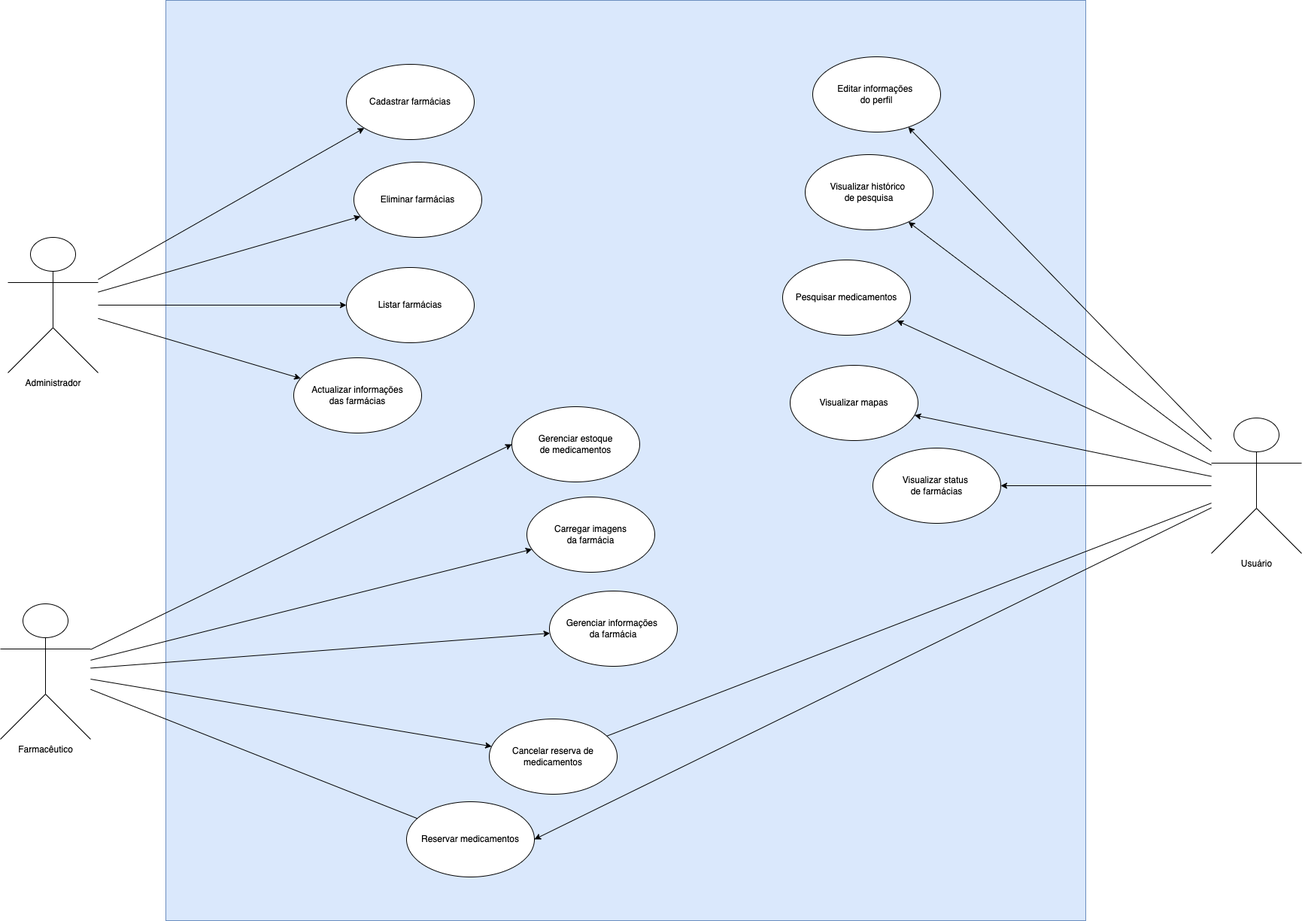
The draw.io diagram assets/dcu.png in PauloSanguli/farma-go-backend, before a commit. Source tidied: cells renumbered, new cells last; positions are measured from the earlier drawing's top-left corner, leaving out a move shared by most shapes.
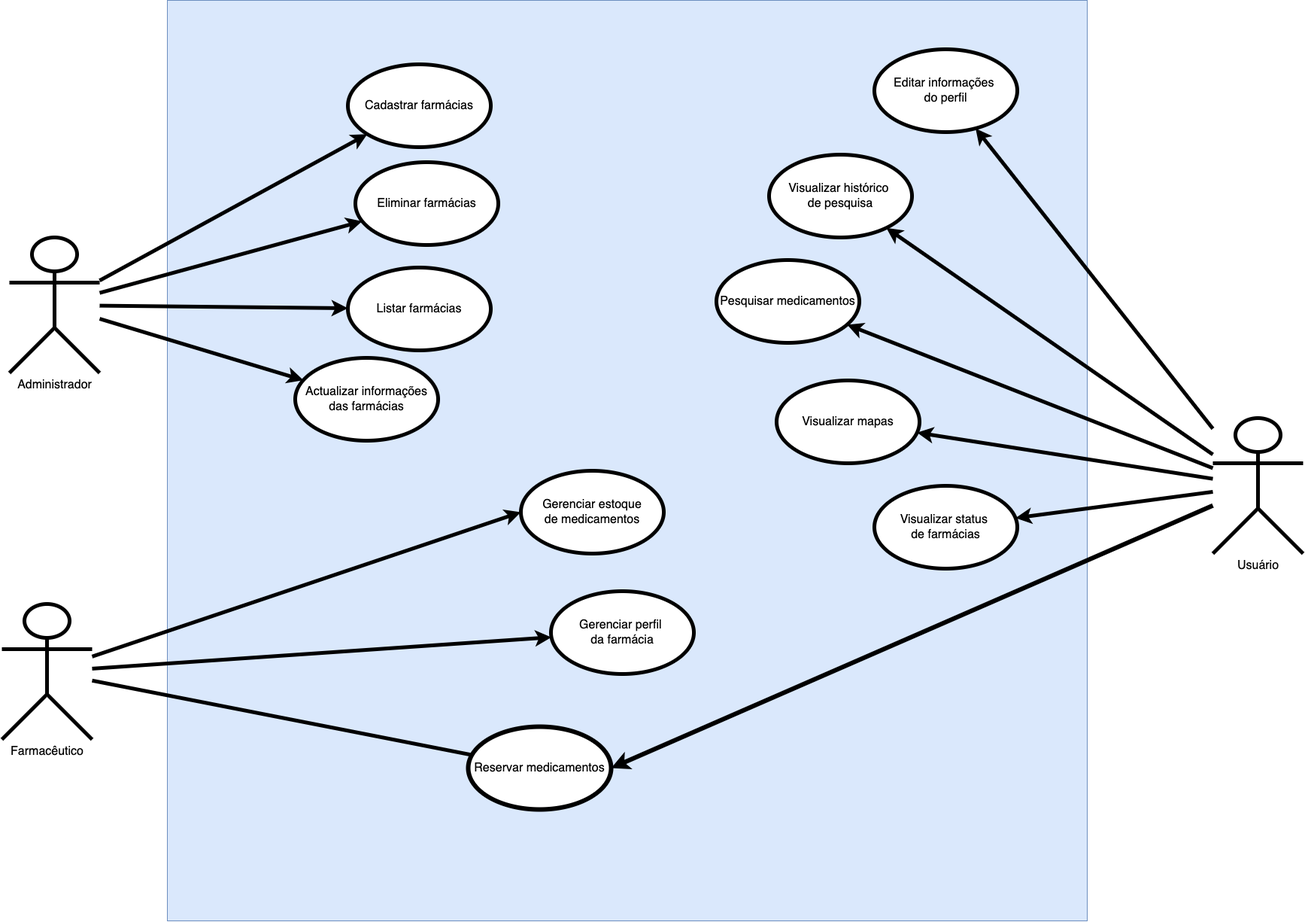
Above is the later version.

Diff of the diagram source:
```diff
@@ -5,103 +5,88 @@
     <mxCell id="2" style="whiteSpace=wrap;html=1;fillColor=#dae8fc;strokeColor=#6c8ebf;" parent="1" vertex="1">
       <mxGeometry x="220" width="1223" height="1223" as="geometry" />
     </mxCell>
-    <mxCell id="3" value="Reservar medicamentos" style="ellipse;whiteSpace=wrap;html=1;" parent="1" vertex="1">
-      <mxGeometry x="540" y="1065" width="170" height="100" as="geometry" />
+    <mxCell id="3" value="Reservar medicamentos" style="ellipse;whiteSpace=wrap;html=1;fontSize=16;strokeWidth=6;" parent="1" vertex="1">
+      <mxGeometry x="620" y="965" width="190" height="110" as="geometry" />
     </mxCell>
-    <mxCell id="4" value="Administrador" style="shape=umlActor;verticalLabelPosition=bottom;verticalAlign=top;html=1;outlineConnect=0;" parent="1" vertex="1">
+    <mxCell id="4" value="Administrador" style="shape=umlActor;verticalLabelPosition=bottom;verticalAlign=top;html=1;outlineConnect=0;strokeWidth=5;fontSize=16;" parent="1" vertex="1">
       <mxGeometry x="10" y="315" width="120" height="180" as="geometry" />
     </mxCell>
-    <mxCell id="5" value="Farmacêutico" style="shape=umlActor;verticalLabelPosition=bottom;verticalAlign=top;html=1;outlineConnect=0;" parent="1" vertex="1">
+    <mxCell id="5" value="Farmacêutico" style="shape=umlActor;verticalLabelPosition=bottom;verticalAlign=top;html=1;outlineConnect=0;strokeWidth=5;fontSize=16;" parent="1" vertex="1">
       <mxGeometry y="802" width="120" height="180" as="geometry" />
     </mxCell>
-    <mxCell id="6" value="Eliminar farmácias" style="ellipse;whiteSpace=wrap;html=1;" parent="1" vertex="1">
-      <mxGeometry x="470" y="215" width="170" height="100" as="geometry" />
+    <mxCell id="6" value="Eliminar farmácias" style="ellipse;whiteSpace=wrap;html=1;strokeWidth=5;fontSize=16;" parent="1" vertex="1">
+      <mxGeometry x="470" y="215" width="190" height="110" as="geometry" />
     </mxCell>
-    <mxCell id="7" style="endArrow=classic;html=1;rounded=0;" parent="1" edge="1" source="4" target="6">
+    <mxCell id="7" style="endArrow=classic;html=1;rounded=0;strokeWidth=5;" parent="1" edge="1" source="4" target="6">
       <mxGeometry relative="1" as="geometry" />
     </mxCell>
-    <mxCell id="8" value="Listar farmácias" style="ellipse;whiteSpace=wrap;html=1;" parent="1" vertex="1">
-      <mxGeometry x="460" y="355" width="170" height="100" as="geometry" />
+    <mxCell id="8" value="Listar farmácias" style="ellipse;whiteSpace=wrap;html=1;strokeWidth=5;fontSize=16;" parent="1" vertex="1">
+      <mxGeometry x="460" y="355" width="190" height="110" as="geometry" />
     </mxCell>
-    <mxCell id="9" style="endArrow=classic;html=1;rounded=0;" parent="1" edge="1" source="4" target="8">
+    <mxCell id="9" style="endArrow=classic;html=1;rounded=0;strokeWidth=5;" parent="1" edge="1" source="4" target="8">
       <mxGeometry relative="1" as="geometry" />
     </mxCell>
-    <mxCell id="10" value="Actualizar informações&lt;div&gt;das farmácias&lt;/div&gt;" style="ellipse;whiteSpace=wrap;html=1;" parent="1" vertex="1">
-      <mxGeometry x="390" y="475" width="170" height="100" as="geometry" />
+    <mxCell id="10" value="Actualizar informações&lt;div&gt;das farmácias&lt;/div&gt;" style="ellipse;whiteSpace=wrap;html=1;strokeWidth=5;fontSize=16;" parent="1" vertex="1">
+      <mxGeometry x="390" y="475" width="190" height="110" as="geometry" />
     </mxCell>
-    <mxCell id="11" style="endArrow=classic;html=1;rounded=0;" parent="1" edge="1" source="4" target="10">
+    <mxCell id="11" style="endArrow=classic;html=1;rounded=0;strokeWidth=5;" parent="1" edge="1" source="4" target="10">
       <mxGeometry relative="1" as="geometry" />
     </mxCell>
-    <mxCell id="12" value="Cadastrar farmácias" style="ellipse;whiteSpace=wrap;html=1;" parent="1" vertex="1">
-      <mxGeometry x="460" y="85" width="170" height="100" as="geometry" />
+    <mxCell id="12" value="&lt;font&gt;Cadastrar farmácias&lt;/font&gt;" style="ellipse;whiteSpace=wrap;html=1;strokeWidth=5;fontSize=16;" parent="1" vertex="1">
+      <mxGeometry x="460" y="85" width="190" height="110" as="geometry" />
     </mxCell>
-    <mxCell id="13" style="endArrow=classic;html=1;rounded=0;" parent="1" edge="1" source="4" target="12">
+    <mxCell id="13" style="endArrow=classic;html=1;rounded=0;strokeWidth=5;" parent="1" edge="1" source="4" target="12">
       <mxGeometry relative="1" as="geometry" />
     </mxCell>
-    <mxCell id="14" value="Carregar imagens&lt;div&gt;da farmácia&lt;/div&gt;" style="ellipse;whiteSpace=wrap;html=1;" parent="1" vertex="1">
-      <mxGeometry x="700" y="660" width="170" height="100" as="geometry" />
-    </mxCell>
-    <mxCell id="15" style="endArrow=classic;html=1;rounded=0;" parent="1" edge="1" source="5" target="14">
-      <mxGeometry relative="1" as="geometry" />
-    </mxCell>
-    <mxCell id="16" value="Gerenciar informações&amp;nbsp;&lt;div&gt;da farmácia&lt;/div&gt;" style="ellipse;whiteSpace=wrap;html=1;" parent="1" vertex="1">
-      <mxGeometry x="730" y="785" width="170" height="100" as="geometry" />
+    <mxCell id="16" value="Gerenciar perfil&amp;nbsp;&lt;div&gt;da farmácia&lt;/div&gt;" style="ellipse;whiteSpace=wrap;html=1;strokeWidth=5;fontSize=16;" parent="1" vertex="1">
+      <mxGeometry x="730" y="785" width="190" height="110" as="geometry" />
     </mxCell>
-    <mxCell id="17" style="endArrow=classic;html=1;rounded=0;" parent="1" edge="1" source="5" target="16">
+    <mxCell id="17" style="endArrow=classic;html=1;rounded=0;strokeWidth=5;" parent="1" edge="1" source="5" target="16">
       <mxGeometry relative="1" as="geometry" />
     </mxCell>
-    <mxCell id="18" value="Gerenciar estoque&lt;div&gt;de medicamentos&lt;/div&gt;" style="ellipse;whiteSpace=wrap;html=1;" parent="1" vertex="1">
-      <mxGeometry x="680" y="540" width="170" height="100" as="geometry" />
+    <mxCell id="18" value="Gerenciar estoque&lt;div&gt;de medicamentos&lt;/div&gt;" style="ellipse;whiteSpace=wrap;html=1;strokeWidth=5;fontSize=16;" parent="1" vertex="1">
+      <mxGeometry x="690" y="625" width="190" height="110" as="geometry" />
     </mxCell>
-    <mxCell id="19" style="endArrow=classic;html=1;rounded=0;entryX=0;entryY=0.5;entryDx=0;entryDy=0;" parent="1" edge="1" source="5" target="18">
+    <mxCell id="19" style="endArrow=classic;html=1;rounded=0;entryX=0;entryY=0.5;entryDx=0;entryDy=0;strokeWidth=5;" parent="1" edge="1" source="5" target="18">
       <mxGeometry relative="1" as="geometry" />
     </mxCell>
-    <mxCell id="20" value="Cancelar reserva de medicamentos" style="ellipse;whiteSpace=wrap;html=1;" parent="1" vertex="1">
-      <mxGeometry x="650" y="955" width="170" height="100" as="geometry" />
-    </mxCell>
-    <mxCell id="21" style="endArrow=classic;html=1;rounded=0;" parent="1" edge="1" source="5" target="20">
-      <mxGeometry relative="1" as="geometry" />
-    </mxCell>
-    <mxCell id="22" style="endArrow=none;html=1;rounded=0;" parent="1" edge="1" source="20" target="29">
-      <mxGeometry relative="1" as="geometry" />
-    </mxCell>
-    <mxCell id="23" style="endArrow=classic;html=1;rounded=0;entryX=1;entryY=0.5;entryDx=0;entryDy=0;" parent="1" edge="1" source="29" target="3">
+    <mxCell id="23" style="endArrow=classic;html=1;rounded=0;entryX=1;entryY=0.5;entryDx=0;entryDy=0;strokeWidth=6;" parent="1" edge="1" source="29" target="3">
       <mxGeometry relative="1" as="geometry" />
     </mxCell>
-    <mxCell id="24" style="endArrow=none;html=1;rounded=0;" parent="1" edge="1" source="3" target="5">
+    <mxCell id="24" style="endArrow=none;html=1;rounded=0;strokeWidth=5;" parent="1" edge="1" source="3" target="5">
       <mxGeometry relative="1" as="geometry" />
     </mxCell>
-    <mxCell id="25" style="endArrow=classic;html=1;rounded=0;" parent="1" edge="1" source="29" target="30">
+    <mxCell id="25" style="endArrow=classic;html=1;rounded=0;strokeWidth=5;" parent="1" edge="1" source="29" target="30">
       <mxGeometry relative="1" as="geometry" />
     </mxCell>
-    <mxCell id="26" style="endArrow=classic;html=1;rounded=0;" parent="1" edge="1" source="29" target="31">
+    <mxCell id="26" style="endArrow=classic;html=1;rounded=0;strokeWidth=5;" parent="1" edge="1" source="29" target="31">
       <mxGeometry relative="1" as="geometry" />
     </mxCell>
-    <mxCell id="27" style="endArrow=classic;html=1;rounded=0;" parent="1" edge="1" source="29" target="32">
+    <mxCell id="27" style="endArrow=classic;html=1;rounded=0;strokeWidth=5;" parent="1" edge="1" source="29" target="32">
       <mxGeometry relative="1" as="geometry" />
     </mxCell>
-    <mxCell id="28" style="endArrow=classic;html=1;rounded=0;" parent="1" edge="1" source="29" target="33">
+    <mxCell id="28" style="endArrow=classic;html=1;rounded=0;strokeWidth=5;" parent="1" edge="1" source="29" target="33">
       <mxGeometry relative="1" as="geometry" />
     </mxCell>
-    <mxCell id="29" value="Usuário" style="shape=umlActor;verticalLabelPosition=bottom;verticalAlign=top;html=1;outlineConnect=0;" parent="1" vertex="1">
+    <mxCell id="29" value="Usuário" style="shape=umlActor;verticalLabelPosition=bottom;verticalAlign=top;html=1;outlineConnect=0;strokeWidth=5;fontSize=16;" parent="1" vertex="1">
       <mxGeometry x="1610" y="555" width="120" height="180" as="geometry" />
     </mxCell>
-    <mxCell id="30" value="Pesquisar medicamentos" style="ellipse;whiteSpace=wrap;html=1;" parent="1" vertex="1">
-      <mxGeometry x="1040" y="345" width="170" height="100" as="geometry" />
+    <mxCell id="30" value="Pesquisar medicamentos" style="ellipse;whiteSpace=wrap;html=1;strokeWidth=5;fontSize=16;" parent="1" vertex="1">
+      <mxGeometry x="950" y="345" width="190" height="110" as="geometry" />
     </mxCell>
-    <mxCell id="31" value="Visualizar mapas" style="ellipse;whiteSpace=wrap;html=1;" parent="1" vertex="1">
-      <mxGeometry x="1050" y="485" width="170" height="100" as="geometry" />
+    <mxCell id="31" value="Visualizar mapas" style="ellipse;whiteSpace=wrap;html=1;strokeWidth=5;fontSize=16;" parent="1" vertex="1">
+      <mxGeometry x="1030" y="505" width="190" height="110" as="geometry" />
     </mxCell>
-    <mxCell id="32" value="Visualizar histórico&amp;nbsp;&lt;div&gt;de pesquisa&lt;/div&gt;" style="ellipse;whiteSpace=wrap;html=1;" parent="1" vertex="1">
-      <mxGeometry x="1070" y="205" width="170" height="100" as="geometry" />
+    <mxCell id="32" value="Visualizar histórico&amp;nbsp;&lt;div&gt;de pesquisa&lt;/div&gt;" style="ellipse;whiteSpace=wrap;html=1;strokeWidth=5;fontSize=16;" parent="1" vertex="1">
+      <mxGeometry x="1020" y="205" width="190" height="110" as="geometry" />
     </mxCell>
-    <mxCell id="33" value="Visualizar status&amp;nbsp;&lt;div&gt;de farmácias&lt;/div&gt;" style="ellipse;whiteSpace=wrap;html=1;" parent="1" vertex="1">
-      <mxGeometry x="1160" y="595" width="170" height="100" as="geometry" />
+    <mxCell id="33" value="Visualizar status&amp;nbsp;&lt;div&gt;de farmácias&lt;/div&gt;" style="ellipse;whiteSpace=wrap;html=1;strokeWidth=5;fontSize=16;" parent="1" vertex="1">
+      <mxGeometry x="1160" y="645" width="190" height="110" as="geometry" />
     </mxCell>
-    <mxCell id="34" value="Editar informações&amp;nbsp;&lt;div&gt;do perfil&lt;/div&gt;" style="ellipse;whiteSpace=wrap;html=1;" parent="1" vertex="1">
-      <mxGeometry x="1080" y="75" width="170" height="100" as="geometry" />
+    <mxCell id="34" value="Editar informações&amp;nbsp;&lt;div&gt;do perfil&lt;/div&gt;" style="ellipse;whiteSpace=wrap;html=1;strokeWidth=5;fontSize=16;" parent="1" vertex="1">
+      <mxGeometry x="1160" y="65" width="190" height="110" as="geometry" />
     </mxCell>
-    <mxCell id="35" style="endArrow=classic;html=1;rounded=0;" parent="1" edge="1" source="29" target="34">
+    <mxCell id="35" style="endArrow=classic;html=1;rounded=0;strokeWidth=5;" parent="1" edge="1" source="29" target="34">
       <mxGeometry relative="1" as="geometry" />
     </mxCell>
   </root>
```
